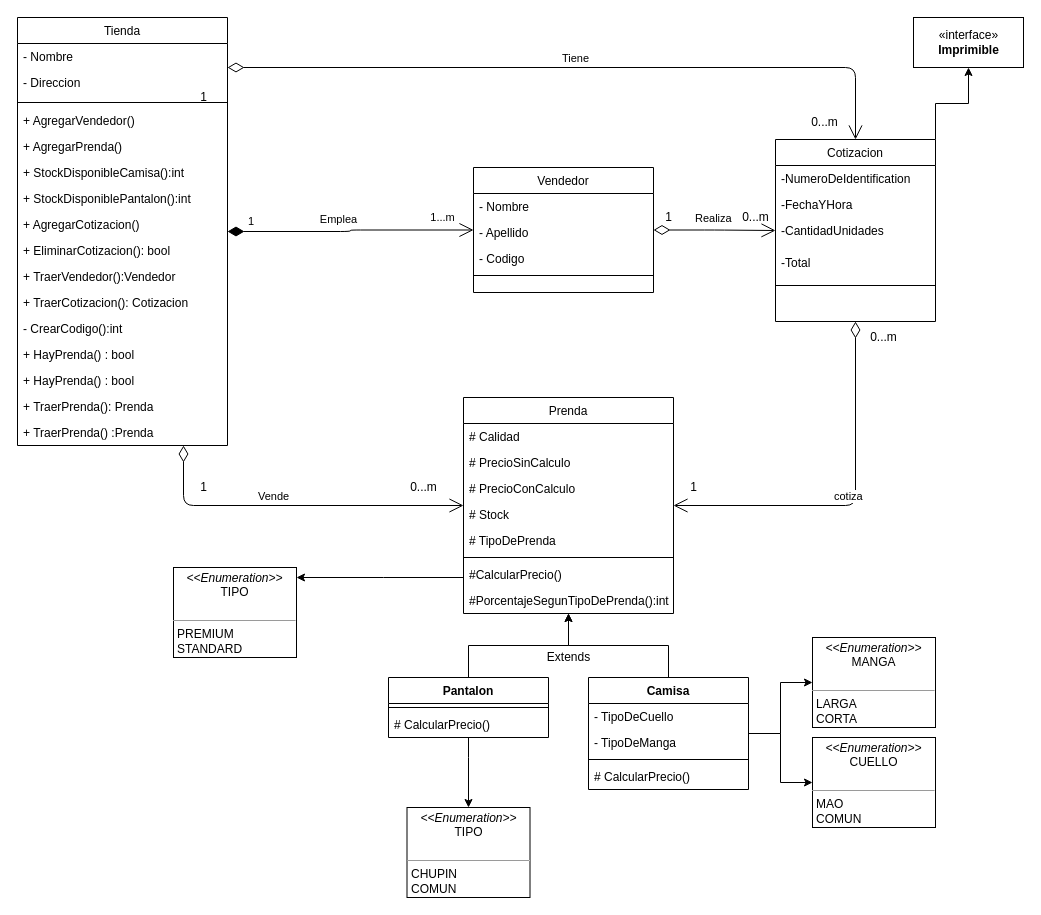
The draw.io diagram QuarkChallenge/QuarkChallenge.drawio in eskeltron/QuarkChallenge, before the edit. Source tidied: cells renumbered, new cells numbered last; positions are measured from the earlier drawing's top-left corner, leaving out a move shared by most shapes. Both pictures are drawn from the tidied source at 100%, with x=0, y=0 at pixel (17, 17).
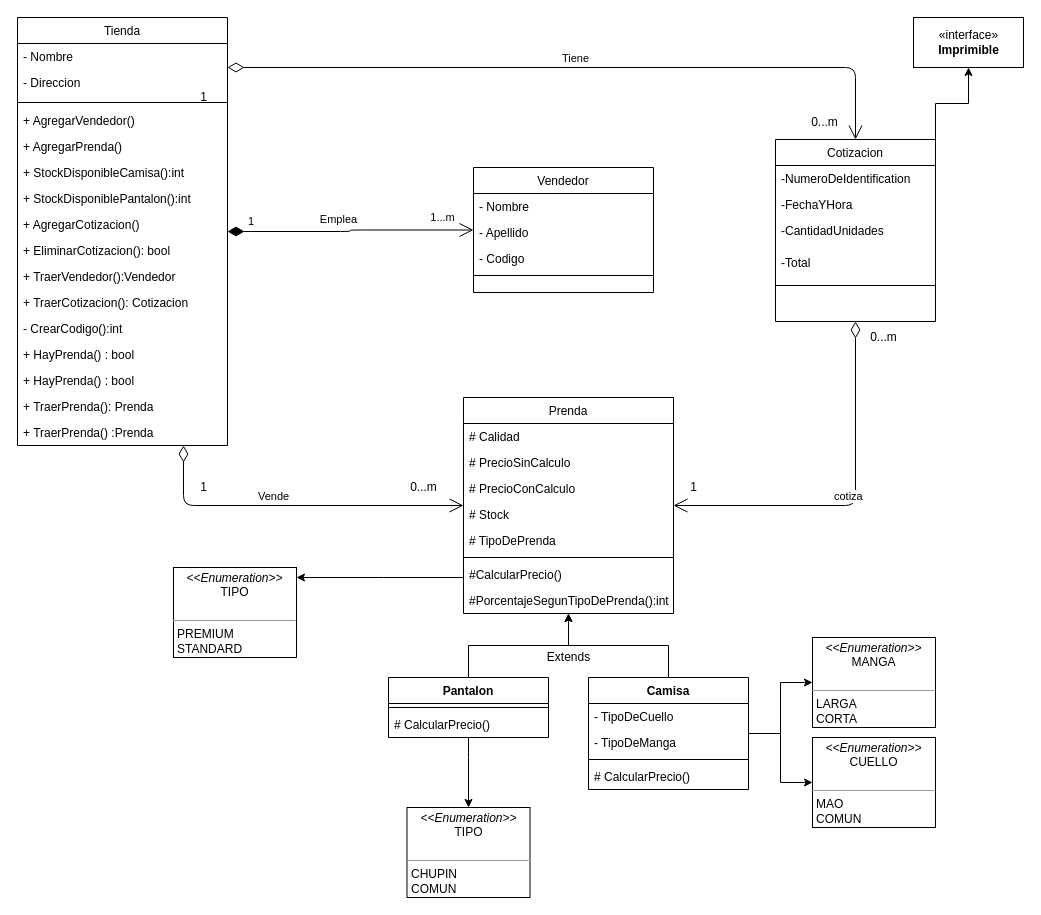
After the change.

Commit message (it also covers changes not shown here):
Diagrama de clases modificado.

Unchanged cells that the change refers to:
```xml
<mxCell id="2" value="Vendedor" style="swimlane;fontStyle=0;align=center;verticalAlign=top;horizontal=1;startSize=26;rounded=0;shadow=0;strokeWidth=1;" parent="1" vertex="1">
  <mxGeometry x="456" y="150" width="180" height="125" as="geometry" />
</mxCell>
<mxCell id="8" value="Cotizacion" style="swimlane;fontStyle=0;align=center;verticalAlign=top;horizontal=1;startSize=26;rounded=0;shadow=0;strokeWidth=1;" parent="1" vertex="1">
  <mxGeometry x="758" y="122" width="160" height="182" as="geometry" />
</mxCell>
```

Diff of the diagram source:
```diff
@@
-    <mxCell id="48" value="Realiza" style="endArrow=open;html=1;endSize=12;startArrow=diamondThin;startSize=14;startFill=0;edgeStyle=orthogonalEdgeStyle;align=left;verticalAlign=bottom;" parent="1" edge="1" source="2" target="8">
-      <mxGeometry x="-0.34" y="3" relative="1" as="geometry" />
-    </mxCell>
@@
-    <mxCell id="51" value="1" style="text;html=1;align=center;verticalAlign=middle;strokeColor=none;" parent="1" vertex="1">
-      <mxGeometry x="641" y="190" width="20" height="20" as="geometry" />
-    </mxCell>
-    <mxCell id="52" value="0...m" style="text;html=1;align=center;verticalAlign=middle;strokeColor=none;" parent="1" vertex="1">
-      <mxGeometry x="718" y="190" width="40" height="20" as="geometry" />
-    </mxCell>
```
